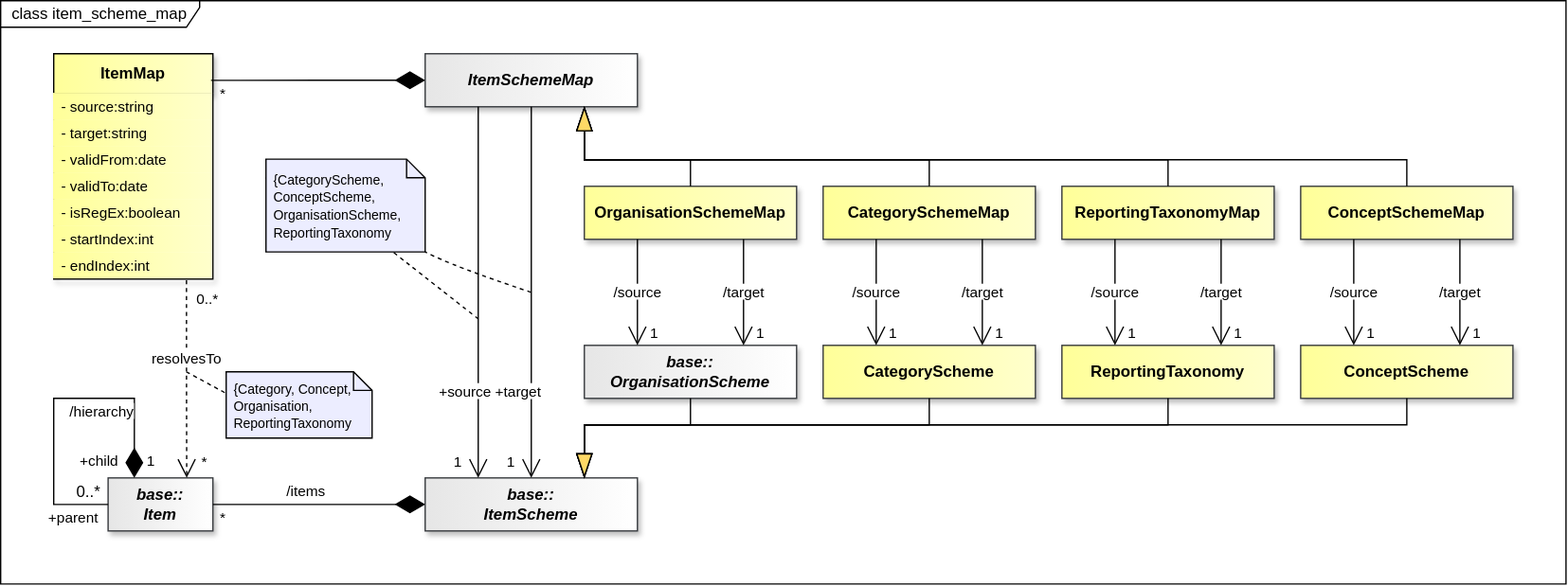
Earlier version of the draw.io export docs/information_model/media/sdmx_mapping-item_scheme_map.svg (sdmx-twg/sdmx-im). Source tidied: cells renumbered, new cells last; positions are measured from the earlier drawing's top-left corner, leaving out a move shared by most shapes.
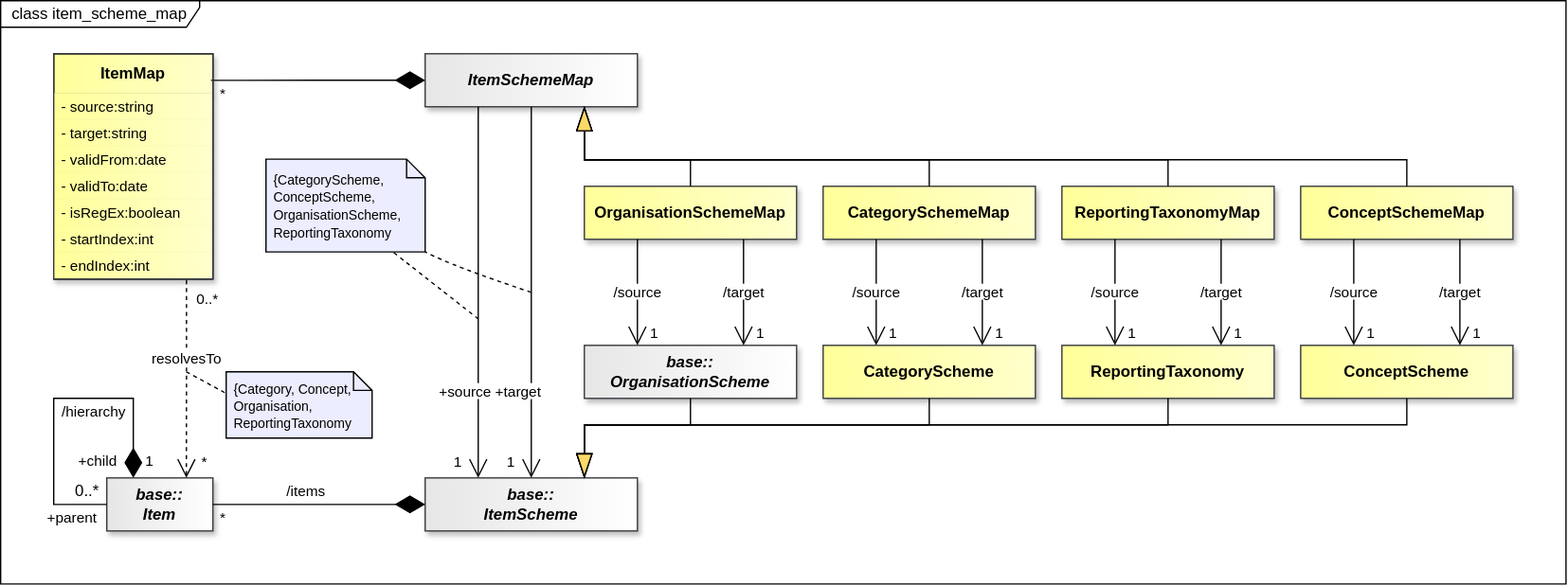
The same diagram one commit later.

Diff of the diagram source:
```diff
@@ -248,25 +248,25 @@
     <mxCell id="83" value="ItemMap" style="swimlane;fontStyle=1;align=center;verticalAlign=middle;horizontal=1;startSize=30;whiteSpace=wrap;html=1;fillColor=light-dark(#FFFF99,#FFFF99);strokeColor=light-dark(#000000,#000000);gradientDirection=east;swimlaneLine=1;fontColor=light-dark(#000000,#000000);labelBackgroundColor=none;textShadow=0;gradientColor=light-dark(#FFFFCC,#FFFFCC);shadow=1;" parent="1" vertex="1">
       <mxGeometry x="40" y="40" width="120" height="170" as="geometry" />
     </mxCell>
-    <mxCell id="84" value="- source:string" style="text;strokeColor=none;fillColor=light-dark(#FFFF99,#FFFF99);align=left;verticalAlign=middle;spacingLeft=4;spacingRight=4;overflow=hidden;whiteSpace=wrap;html=1;fontFamily=Helvetica;fontSize=11;fontColor=light-dark(#000000,#000000);gradientColor=light-dark(#FFFFCC,#FFFFCC);gradientDirection=east;" parent="83" vertex="1">
+    <mxCell id="84" value="- source:string" style="text;strokeColor=none;fillColor=light-dark(#FFFF99,#FFFF99);align=left;verticalAlign=middle;spacingLeft=4;spacingRight=4;overflow=hidden;whiteSpace=wrap;html=1;fontFamily=Helvetica;fontSize=11;fontColor=light-dark(#000000,#000000);gradientColor=light-dark(#FFFFCC,#FFFFCC);gradientDirection=east;shadow=1;" parent="83" vertex="1">
       <mxGeometry y="30" width="120" height="20" as="geometry" />
     </mxCell>
-    <mxCell id="85" value="- target:string" style="text;strokeColor=none;fillColor=light-dark(#FFFF99,#FFFF99);align=left;verticalAlign=middle;spacingLeft=4;spacingRight=4;overflow=hidden;whiteSpace=wrap;html=1;fontFamily=Helvetica;fontSize=11;fontColor=light-dark(#000000,#000000);gradientColor=light-dark(#FFFFCC,#FFFFCC);gradientDirection=east;" parent="83" vertex="1">
+    <mxCell id="85" value="- target:string" style="text;strokeColor=none;fillColor=light-dark(#FFFF99,#FFFF99);align=left;verticalAlign=middle;spacingLeft=4;spacingRight=4;overflow=hidden;whiteSpace=wrap;html=1;fontFamily=Helvetica;fontSize=11;fontColor=light-dark(#000000,#000000);gradientColor=light-dark(#FFFFCC,#FFFFCC);gradientDirection=east;shadow=1;" parent="83" vertex="1">
       <mxGeometry y="50" width="120" height="20" as="geometry" />
     </mxCell>
-    <mxCell id="86" value="- validFrom:date" style="text;strokeColor=none;fillColor=light-dark(#FFFF99,#FFFF99);align=left;verticalAlign=middle;spacingLeft=4;spacingRight=4;overflow=hidden;whiteSpace=wrap;html=1;fontFamily=Helvetica;fontSize=11;fontColor=light-dark(#000000,#000000);gradientColor=light-dark(#FFFFCC,#FFFFCC);gradientDirection=east;" parent="83" vertex="1">
+    <mxCell id="86" value="- validFrom:date" style="text;strokeColor=none;fillColor=light-dark(#FFFF99,#FFFF99);align=left;verticalAlign=middle;spacingLeft=4;spacingRight=4;overflow=hidden;whiteSpace=wrap;html=1;fontFamily=Helvetica;fontSize=11;fontColor=light-dark(#000000,#000000);gradientColor=light-dark(#FFFFCC,#FFFFCC);gradientDirection=east;shadow=1;" parent="83" vertex="1">
       <mxGeometry y="70" width="120" height="20" as="geometry" />
     </mxCell>
-    <mxCell id="87" value="- validTo:date" style="text;strokeColor=none;fillColor=light-dark(#FFFF99,#FFFF99);align=left;verticalAlign=middle;spacingLeft=4;spacingRight=4;overflow=hidden;whiteSpace=wrap;html=1;fontFamily=Helvetica;fontSize=11;fontColor=light-dark(#000000,#000000);gradientColor=light-dark(#FFFFCC,#FFFFCC);gradientDirection=east;" parent="83" vertex="1">
+    <mxCell id="87" value="- validTo:date" style="text;strokeColor=none;fillColor=light-dark(#FFFF99,#FFFF99);align=left;verticalAlign=middle;spacingLeft=4;spacingRight=4;overflow=hidden;whiteSpace=wrap;html=1;fontFamily=Helvetica;fontSize=11;fontColor=light-dark(#000000,#000000);gradientColor=light-dark(#FFFFCC,#FFFFCC);gradientDirection=east;shadow=1;" parent="83" vertex="1">
       <mxGeometry y="90" width="120" height="20" as="geometry" />
     </mxCell>
-    <mxCell id="88" value="- isRegEx:boolean" style="text;strokeColor=none;fillColor=light-dark(#FFFF99,#FFFF99);align=left;verticalAlign=middle;spacingLeft=4;spacingRight=4;overflow=hidden;whiteSpace=wrap;html=1;fontFamily=Helvetica;fontSize=11;fontColor=light-dark(#000000,#000000);gradientColor=light-dark(#FFFFCC,#FFFFCC);gradientDirection=east;" parent="83" vertex="1">
+    <mxCell id="88" value="- isRegEx:boolean" style="text;strokeColor=none;fillColor=light-dark(#FFFF99,#FFFF99);align=left;verticalAlign=middle;spacingLeft=4;spacingRight=4;overflow=hidden;whiteSpace=wrap;html=1;fontFamily=Helvetica;fontSize=11;fontColor=light-dark(#000000,#000000);gradientColor=light-dark(#FFFFCC,#FFFFCC);gradientDirection=east;shadow=1;" parent="83" vertex="1">
       <mxGeometry y="110" width="120" height="20" as="geometry" />
     </mxCell>
-    <mxCell id="89" value="- startIndex:int" style="text;strokeColor=none;fillColor=light-dark(#FFFF99,#FFFF99);align=left;verticalAlign=middle;spacingLeft=4;spacingRight=4;overflow=hidden;whiteSpace=wrap;html=1;fontFamily=Helvetica;fontSize=11;fontColor=light-dark(#000000,#000000);gradientColor=light-dark(#FFFFCC,#FFFFCC);gradientDirection=east;" parent="83" vertex="1">
+    <mxCell id="89" value="- startIndex:int" style="text;strokeColor=none;fillColor=light-dark(#FFFF99,#FFFF99);align=left;verticalAlign=middle;spacingLeft=4;spacingRight=4;overflow=hidden;whiteSpace=wrap;html=1;fontFamily=Helvetica;fontSize=11;fontColor=light-dark(#000000,#000000);gradientColor=light-dark(#FFFFCC,#FFFFCC);gradientDirection=east;shadow=1;" parent="83" vertex="1">
       <mxGeometry y="130" width="120" height="20" as="geometry" />
     </mxCell>
-    <mxCell id="90" value="- endIndex:int" style="text;strokeColor=none;fillColor=light-dark(#FFFF99,#FFFF99);align=left;verticalAlign=middle;spacingLeft=4;spacingRight=4;overflow=hidden;points=[[0,0.5],[1,0.5]];portConstraint=eastwest;whiteSpace=wrap;html=1;fontFamily=Helvetica;fontSize=11;fontColor=light-dark(#000000,#000000);gradientColor=light-dark(#FFFFCC,#FFFFCC);gradientDirection=east;" parent="83" vertex="1">
+    <mxCell id="90" value="- endIndex:int" style="text;strokeColor=none;fillColor=light-dark(#FFFF99,#FFFF99);align=left;verticalAlign=middle;spacingLeft=4;spacingRight=4;overflow=hidden;points=[[0,0.5],[1,0.5]];portConstraint=eastwest;whiteSpace=wrap;html=1;fontFamily=Helvetica;fontSize=11;fontColor=light-dark(#000000,#000000);gradientColor=light-dark(#FFFFCC,#FFFFCC);gradientDirection=east;shadow=1;" parent="83" vertex="1">
       <mxGeometry y="150" width="120" height="20" as="geometry" />
     </mxCell>
     <mxCell id="91" value="ItemSchemeMap" style="whiteSpace=wrap;html=1;verticalAlign=middle;gradientDirection=east;imageVerticalAlign=top;fontStyle=3;fillColor=light-dark(#E6E6E6,#E6E6E6);strokeColor=#36393d;fontColor=light-dark(#000000,#000000);gradientColor=light-dark(#FFFFFF,#FFFFFF);shadow=1;" parent="1" vertex="1">
@@ -300,10 +300,10 @@
       <mxGeometry x="320" y="360" width="160" height="40" as="geometry" />
     </mxCell>
     <mxCell id="101" value="base::&lt;div&gt;Item&lt;/div&gt;" style="whiteSpace=wrap;html=1;verticalAlign=middle;gradientDirection=east;imageVerticalAlign=top;fontStyle=3;fillColor=light-dark(#E6E6E6,#E6E6E6);strokeColor=#36393d;fontColor=light-dark(#000000,#000000);gradientColor=light-dark(#FFFFFF,#FFFFFF);shadow=1;" parent="1" vertex="1">
-      <mxGeometry x="81" y="360" width="79" height="40" as="geometry" />
+      <mxGeometry x="80" y="360" width="80" height="40" as="geometry" />
     </mxCell>
     <mxCell id="102" value="&lt;font style=&quot;color: light-dark(rgb(0, 0, 0), rgb(255, 255, 255)); background-color: light-dark(rgb(255, 255, 255), rgb(0, 0, 0));&quot;&gt;/hierarchy&lt;/font&gt;" style="endArrow=none;html=1;endSize=12;startArrow=diamondThin;startSize=20;startFill=1;edgeStyle=orthogonalEdgeStyle;rounded=0;endFill=0;strokeColor=light-dark(#000000,#FFFFFF);fontColor=light-dark(#000000,#FFFFFF);labelBackgroundColor=none;exitX=0.25;exitY=0;exitDx=0;exitDy=0;entryX=0;entryY=0.5;entryDx=0;entryDy=0;innerLoopWaypoints=1;" parent="1" edge="1" source="101" target="101">
-      <mxGeometry x="-0.3" y="10" relative="1" as="geometry">
+      <mxGeometry x="-0.25" y="10" relative="1" as="geometry">
         <Array as="points">
           <mxPoint x="100.8" y="300" />
           <mxPoint x="40" y="300" />
@@ -529,5 +529,8 @@
         <mxPoint x="16" y="-25" as="offset" />
       </mxGeometry>
     </mxCell>
+    <mxCell id="148" style="rounded=0;whiteSpace=wrap;html=1;fillColor=none;strokeColor=#36393D;" parent="1" vertex="1">
+      <mxGeometry x="40" y="40" width="120" height="170" as="geometry" />
+    </mxCell>
   </root>
 </mxGraphModel>
```
